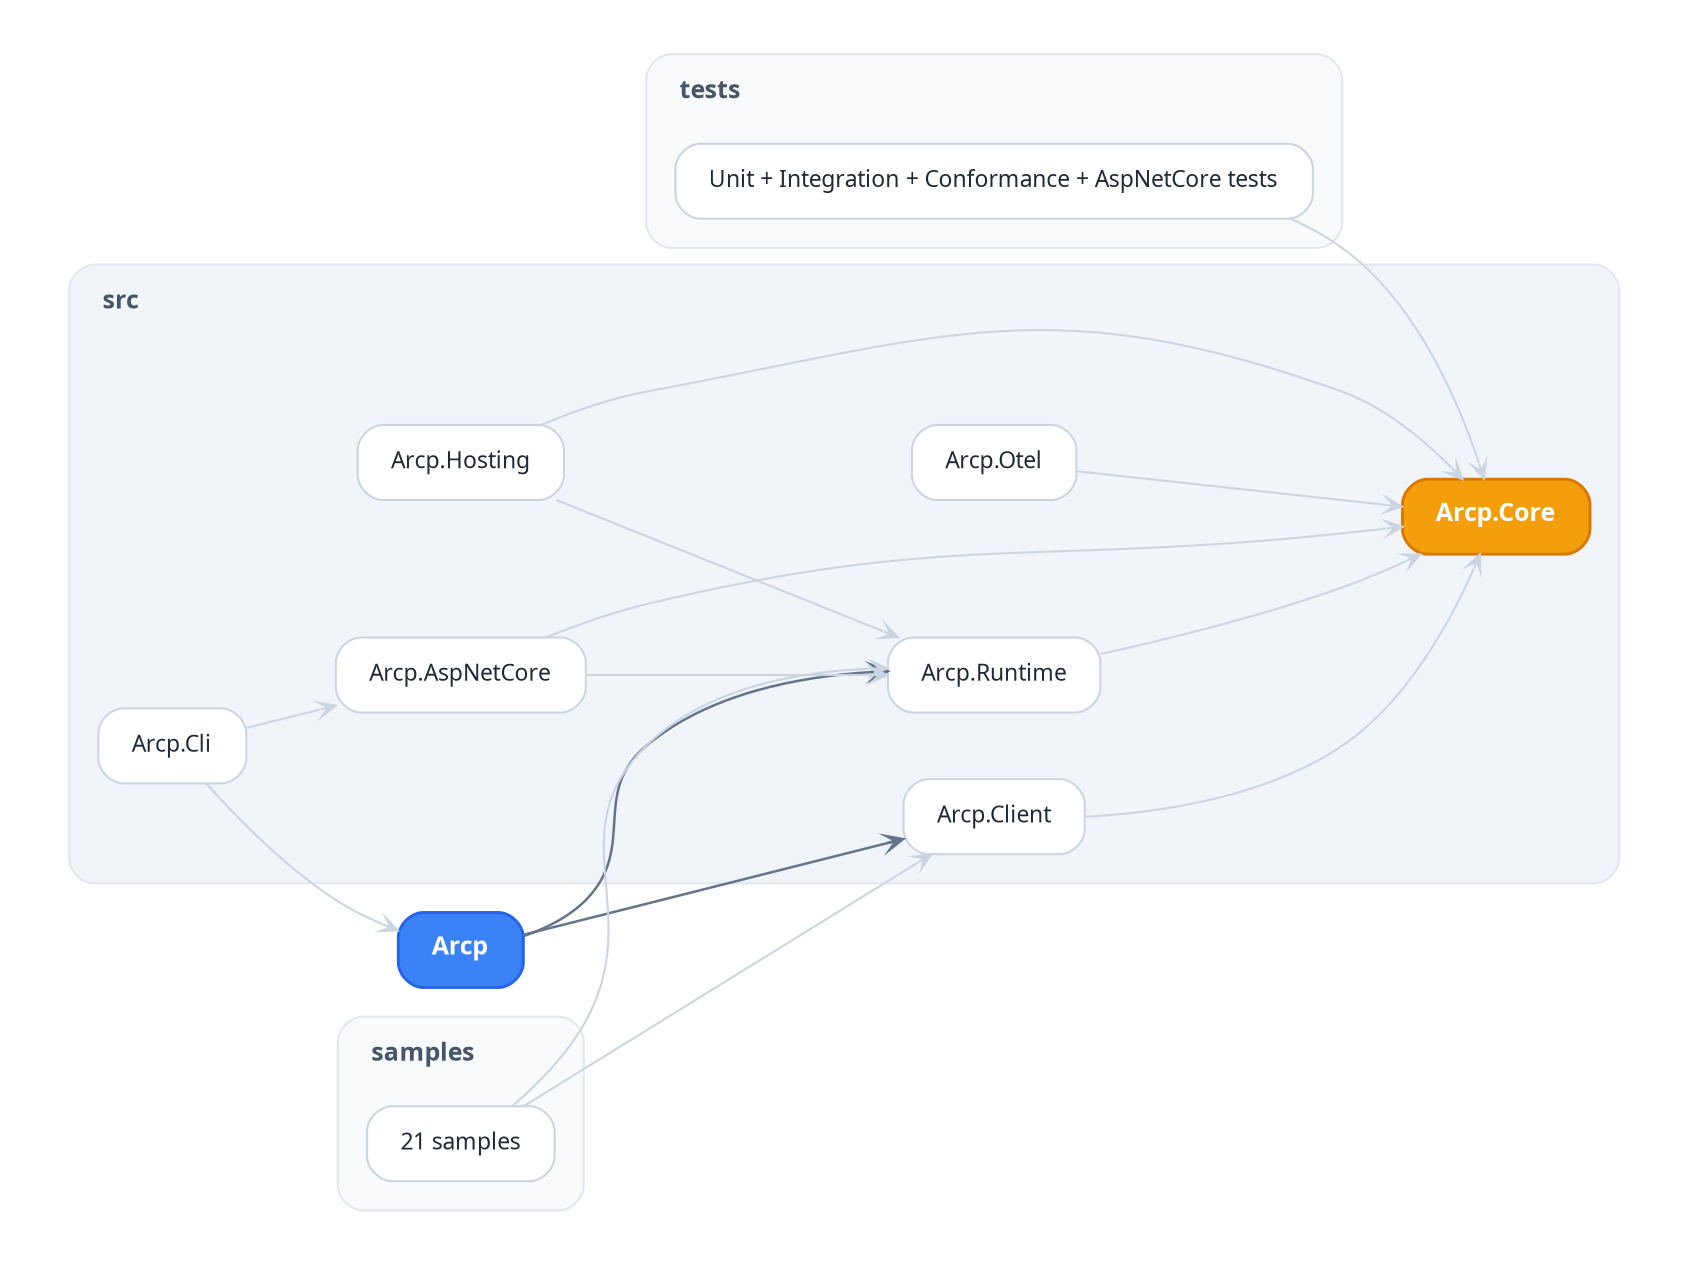
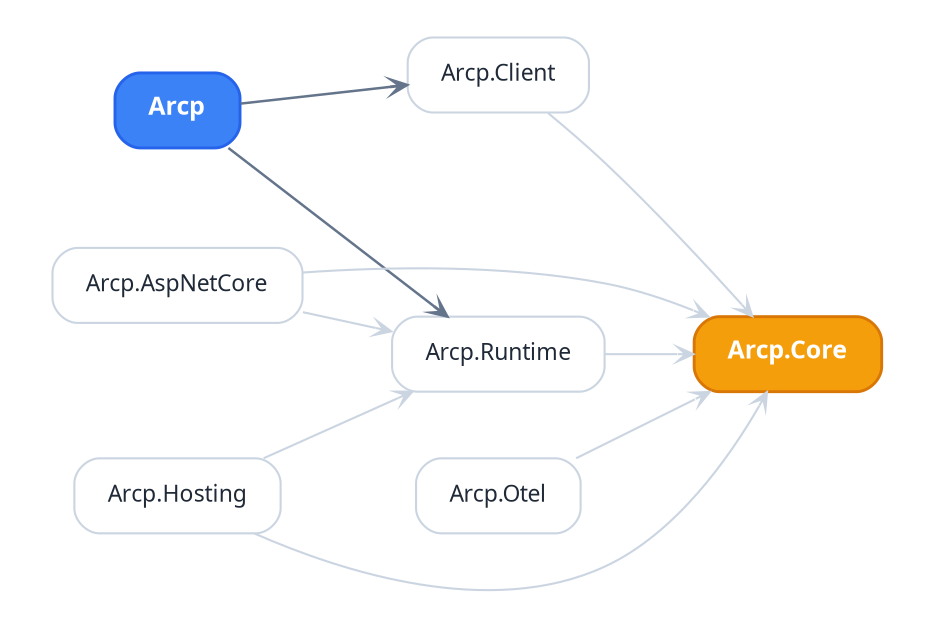
- // ARCP C# SDK — project dependency graph (light variant)
+ // ARCP C# SDK — package dependency graph (light variant)
digraph ArcpProjects {
  rankdir=LR;
  bgcolor="transparent";
  compound=true;
  fontname="TT Commons Pro Trial";
  splines=spline;
  nodesep=0.45;
  ranksep=0.6;
  pad="0.35,0.25";

  node [
    shape=box, style="rounded,filled",
    fillcolor="white", color="#CBD5E1",
    fontname="TT Commons Pro Trial", fontsize=11, fontcolor="#1F2937",
    margin="0.22,0.11", penwidth=1.0
  ];
  edge [
    fontname="TT Commons Pro Trial", fontsize=9, fontcolor="#64748B",
    color="#94A3B8", penwidth=1.1, arrowsize=0.75, arrowhead=vee
  ];

  Arcp [
    label=<<FONT POINT-SIZE="12"><B>Arcp</B></FONT>>,
    fillcolor="#3B82F6", color="#2563EB",
    fontcolor="white", penwidth=1.4
  ];

-   subgraph cluster_src {
-     label=<<TABLE BORDER="0" CELLBORDER="0" CELLPADDING="0" CELLSPACING="0"><TR><TD COLSPAN="3" HEIGHT="8"></TD></TR><TR><TD WIDTH="8"></TD><TD><FONT POINT-SIZE="12"><B>src</B></FONT></TD><TD WIDTH="8"></TD></TR></TABLE>>;
-     style="rounded,filled";
-     fillcolor="#F1F5F9"; color="#E2E8F0";
-     fontname="TT Commons Pro Trial"; fontcolor="#475569";
-     margin=14; labeljust=l; penwidth=1.0;
- 
-     Core [
-       label=<<FONT POINT-SIZE="12"><B>Arcp.Core</B></FONT>>,
-       fillcolor="#F59E0B", color="#D97706",
-       fontcolor="white", penwidth=1.4
-     ];
-     Client      [label="Arcp.Client"];
-     Runtime     [label="Arcp.Runtime"];
-     AspNetCore  [label="Arcp.AspNetCore"];
-     Otel        [label="Arcp.Otel"];
-     Hosting     [label="Arcp.Hosting"];
-     Cli         [label="Arcp.Cli"];
-   }
- 
-   subgraph cluster_samples {
-     label=<<TABLE BORDER="0" CELLBORDER="0" CELLPADDING="0" CELLSPACING="0"><TR><TD COLSPAN="3" HEIGHT="8"></TD></TR><TR><TD WIDTH="8"></TD><TD><FONT POINT-SIZE="12"><B>samples</B></FONT></TD><TD WIDTH="8"></TD></TR></TABLE>>;
-     style="rounded,filled";
-     fillcolor="#F8FAFC"; color="#E2E8F0";
-     fontname="TT Commons Pro Trial"; fontcolor="#475569";
-     margin=14; labeljust=l; penwidth=1.0;
- 
-     Samples [label="21 samples", shape=box];
-   }
- 
-   subgraph cluster_tests {
-     label=<<TABLE BORDER="0" CELLBORDER="0" CELLPADDING="0" CELLSPACING="0"><TR><TD COLSPAN="3" HEIGHT="8"></TD></TR><TR><TD WIDTH="8"></TD><TD><FONT POINT-SIZE="12"><B>tests</B></FONT></TD><TD WIDTH="8"></TD></TR></TABLE>>;
-     style="rounded,filled";
-     fillcolor="#F8FAFC"; color="#E2E8F0";
-     fontname="TT Commons Pro Trial"; fontcolor="#475569";
-     margin=14; labeljust=l; penwidth=1.0;
- 
-     Tests [label="Unit + Integration + Conformance + AspNetCore tests"];
-   }
+   Core [
+     label=<<FONT POINT-SIZE="12"><B>Arcp.Core</B></FONT>>,
+     fillcolor="#F59E0B", color="#D97706",
+     fontcolor="white", penwidth=1.4
+   ];
+   Client      [label="Arcp.Client"];
+   Runtime     [label="Arcp.Runtime"];
+   AspNetCore  [label="Arcp.AspNetCore"];
+   Otel        [label="Arcp.Otel"];
+   Hosting     [label="Arcp.Hosting"];

  // Primary spine — Arcp umbrella fans out to Client + Runtime.
  edge [color="#64748B", penwidth=1.2];
  Arcp -> Client;
  Arcp -> Runtime;

-   // Library deps: every src project routes through Core.
+   // Library deps: every package routes through Core.
  edge [color="#CBD5E1", penwidth=1.0];
  Client     -> Core;
  Runtime    -> Core;
  AspNetCore -> Runtime;
  AspNetCore -> Core;
  Otel       -> Core;
  Hosting    -> Runtime;
  Hosting    -> Core;
-   Cli        -> Arcp;
-   Cli        -> AspNetCore;
- 
-   Samples -> Client;
-   Samples -> Runtime;
-   Tests   -> Core;
}
